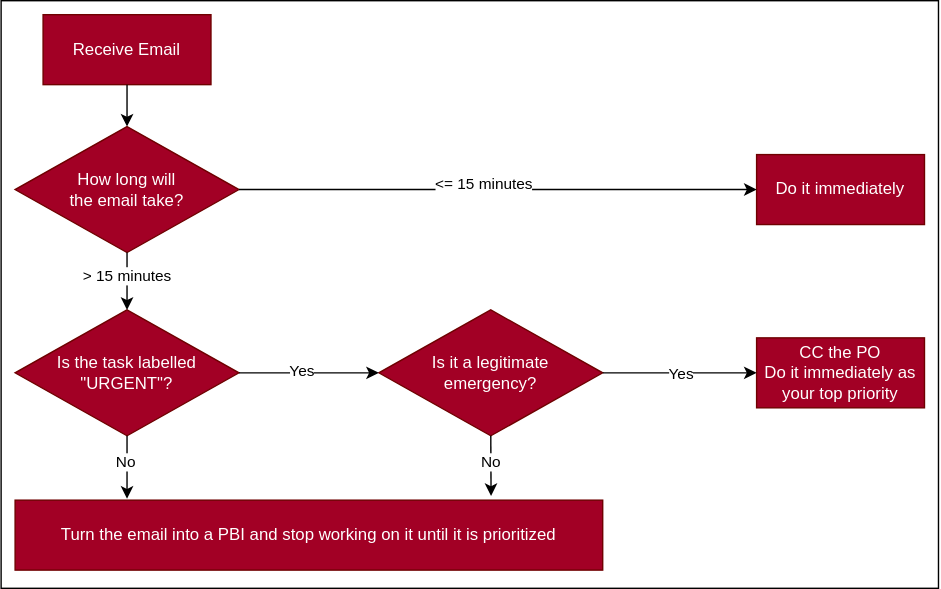
Before: rules/turn-emails-into-pbis/urgent-flowchart.drawio.svg, a diagram exported from draw.io (SSWConsulting/SSW.Rules.Content). Source tidied: cells renumbered, new cells last; positions are measured from the earlier drawing's top-left corner, leaving out a move shared by most shapes.
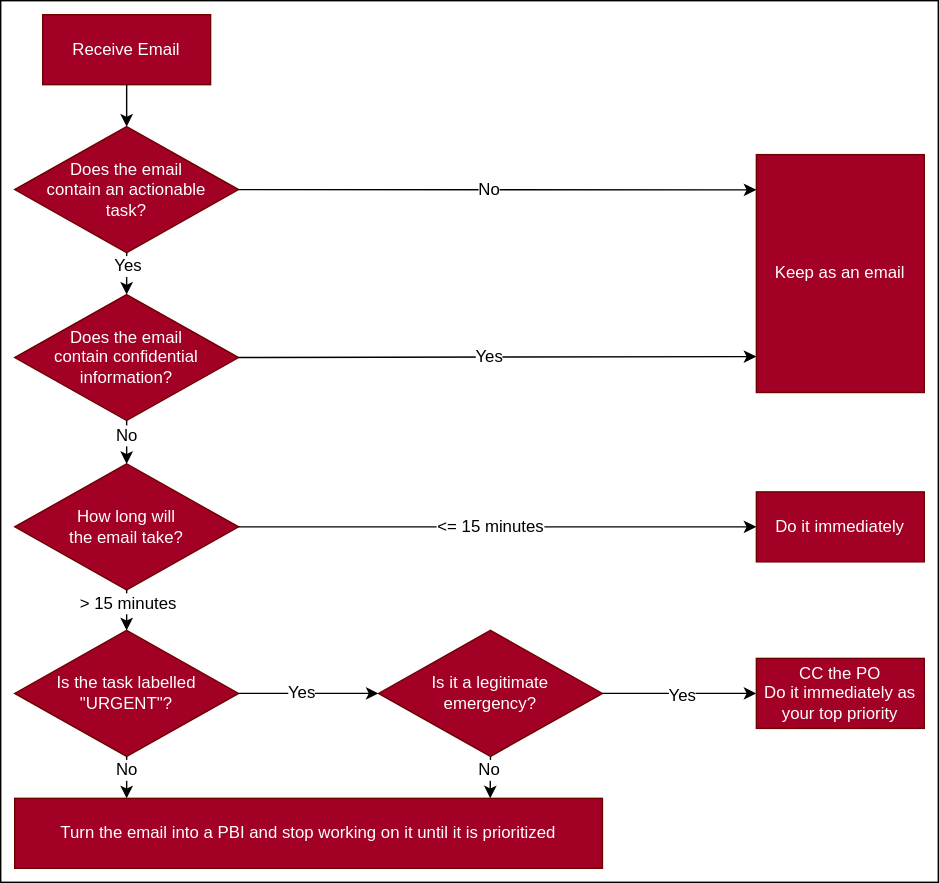
The same file after the commit.

Commit message:
Moves considerations from info box to main narrative.

Change to the diagram source:
```diff
@@ -3,81 +3,122 @@
     <mxCell id="0" />
     <mxCell id="1" parent="0" />
     <mxCell id="2" style="rounded=0;whiteSpace=wrap;html=1;" parent="1" vertex="1">
-      <mxGeometry width="670" height="420" as="geometry" />
+      <mxGeometry width="670" height="630" as="geometry" />
     </mxCell>
     <mxCell id="3" value="Receive Email" style="rounded=0;whiteSpace=wrap;html=1;fillColor=#a20025;fontColor=#ffffff;strokeColor=#6F0000;" parent="1" vertex="1">
       <mxGeometry x="30" y="10" width="120" height="50" as="geometry" />
     </mxCell>
     <mxCell id="4" value="How long will&lt;br&gt;the email take?" style="rhombus;whiteSpace=wrap;html=1;fillColor=#a20025;fontColor=#ffffff;strokeColor=#6F0000;" parent="1" vertex="1">
-      <mxGeometry x="10" y="90" width="160" height="90" as="geometry" />
+      <mxGeometry x="10" y="331" width="160" height="90" as="geometry" />
     </mxCell>
     <mxCell id="5" value="Do it immediately" style="rounded=0;whiteSpace=wrap;html=1;fillColor=#a20025;fontColor=#ffffff;strokeColor=#6F0000;" parent="1" vertex="1">
-      <mxGeometry x="540" y="110" width="120" height="50" as="geometry" />
+      <mxGeometry x="540" y="351" width="120" height="50" as="geometry" />
     </mxCell>
     <mxCell id="6" style="endArrow=classic;html=1;exitX=1;exitY=0.5;exitDx=0;exitDy=0;entryX=0;entryY=0.5;entryDx=0;entryDy=0;" parent="1" edge="1" source="4" target="5">
       <mxGeometry relative="1" as="geometry" />
     </mxCell>
-    <mxCell id="7" value="&amp;lt;= 15 minutes" style="edgeLabel;html=1;align=center;verticalAlign=middle;" parent="6" vertex="1">
+    <mxCell id="7" value="&amp;lt;= 15 minutes" style="edgeLabel;html=1;align=center;verticalAlign=middle;fontSize=12;" parent="6" vertex="1">
       <mxGeometry x="0.31" y="4" relative="1" as="geometry">
-        <mxPoint x="-67" as="offset" />
+        <mxPoint x="-62" y="3" as="offset" />
       </mxGeometry>
     </mxCell>
-    <mxCell id="8" style="endArrow=classic;html=1;exitX=0.5;exitY=1;exitDx=0;exitDy=0;" parent="1" edge="1" source="3" target="4">
+    <mxCell id="8" style="endArrow=classic;html=1;exitX=0.5;exitY=1;exitDx=0;exitDy=0;entryX=0.5;entryY=0;entryDx=0;entryDy=0;" parent="1" edge="1" source="3" target="24">
       <mxGeometry relative="1" as="geometry" />
     </mxCell>
     <mxCell id="9" value="Is the task labelled&lt;br&gt;&quot;URGENT&quot;?" style="rhombus;whiteSpace=wrap;html=1;fillColor=#a20025;fontColor=#ffffff;strokeColor=#6F0000;" parent="1" vertex="1">
-      <mxGeometry x="10" y="221" width="160" height="90" as="geometry" />
+      <mxGeometry x="10" y="450" width="160" height="90" as="geometry" />
     </mxCell>
     <mxCell id="10" style="endArrow=classic;html=1;entryX=0.5;entryY=0;entryDx=0;entryDy=0;exitX=0.5;exitY=1;exitDx=0;exitDy=0;" parent="1" edge="1" source="4" target="9">
       <mxGeometry relative="1" as="geometry" />
     </mxCell>
-    <mxCell id="11" value="&amp;gt; 15 minutes" style="edgeLabel;html=1;align=center;verticalAlign=middle;" parent="10" vertex="1">
+    <mxCell id="11" value="&amp;gt; 15 minutes" style="edgeLabel;html=1;align=center;verticalAlign=middle;fontSize=12;" parent="10" vertex="1">
       <mxGeometry x="0.5" relative="1" as="geometry">
-        <mxPoint y="-14" as="offset" />
+        <mxPoint y="-12" as="offset" />
       </mxGeometry>
     </mxCell>
     <mxCell id="12" value="Is it a legitimate&lt;br&gt;emergency?" style="rhombus;whiteSpace=wrap;html=1;fillColor=#a20025;fontColor=#ffffff;strokeColor=#6F0000;" parent="1" vertex="1">
-      <mxGeometry x="270" y="221" width="160" height="90" as="geometry" />
+      <mxGeometry x="270" y="450" width="160" height="90" as="geometry" />
     </mxCell>
     <mxCell id="13" style="endArrow=classic;html=1;exitX=1;exitY=0.5;exitDx=0;exitDy=0;entryX=0;entryY=0.5;entryDx=0;entryDy=0;" parent="1" edge="1" source="9" target="12">
       <mxGeometry relative="1" as="geometry" />
     </mxCell>
-    <mxCell id="14" value="Yes" style="edgeLabel;html=1;align=center;verticalAlign=middle;" parent="13" vertex="1">
+    <mxCell id="14" value="Yes" style="edgeLabel;html=1;align=center;verticalAlign=middle;fontSize=12;" parent="13" vertex="1">
       <mxGeometry x="-0.55" y="1" relative="1" as="geometry">
         <mxPoint x="22" as="offset" />
       </mxGeometry>
     </mxCell>
     <mxCell id="15" value="CC the PO&lt;br&gt;Do it immediately as your top priority" style="rounded=0;whiteSpace=wrap;html=1;fillColor=#a20025;fontColor=#ffffff;strokeColor=#6F0000;" parent="1" vertex="1">
-      <mxGeometry x="540" y="241" width="120" height="50" as="geometry" />
+      <mxGeometry x="540" y="470" width="120" height="50" as="geometry" />
     </mxCell>
     <mxCell id="16" style="endArrow=classic;html=1;exitX=1;exitY=0.5;exitDx=0;exitDy=0;entryX=0;entryY=0.5;entryDx=0;entryDy=0;" parent="1" edge="1" source="12" target="15">
       <mxGeometry relative="1" as="geometry" />
     </mxCell>
-    <mxCell id="17" value="Yes" style="edgeLabel;html=1;align=center;verticalAlign=middle;" parent="16" vertex="1">
+    <mxCell id="17" value="Yes" style="edgeLabel;html=1;align=center;verticalAlign=middle;fontSize=12;" parent="16" vertex="1">
       <mxGeometry x="0.46" y="-1" relative="1" as="geometry">
         <mxPoint x="-24" as="offset" />
       </mxGeometry>
     </mxCell>
     <mxCell id="18" value="Turn the email into a PBI and stop working on it until it is prioritized" style="rounded=0;whiteSpace=wrap;html=1;fillColor=#a20025;fontColor=#ffffff;strokeColor=#6F0000;" parent="1" vertex="1">
-      <mxGeometry x="10" y="357" width="420" height="50" as="geometry" />
+      <mxGeometry x="10" y="570" width="420" height="50" as="geometry" />
     </mxCell>
     <mxCell id="19" style="endArrow=classic;html=1;exitX=0.5;exitY=1;exitDx=0;exitDy=0;" parent="1" edge="1" source="9">
       <mxGeometry relative="1" as="geometry">
-        <mxPoint x="90" y="356" as="targetPoint" />
+        <mxPoint x="90" y="570" as="targetPoint" />
       </mxGeometry>
     </mxCell>
-    <mxCell id="20" value="No" style="edgeLabel;html=1;align=center;verticalAlign=middle;" parent="19" vertex="1">
+    <mxCell id="20" value="No" style="edgeLabel;html=1;align=center;verticalAlign=middle;fontSize=12;" parent="19" vertex="1">
       <mxGeometry x="0.37" y="-1" relative="1" as="geometry">
-        <mxPoint y="-12" as="offset" />
+        <mxPoint y="-11" as="offset" />
       </mxGeometry>
     </mxCell>
-    <mxCell id="21" style="endArrow=classic;html=1;exitX=0.5;exitY=1;exitDx=0;exitDy=0;entryX=0.81;entryY=-0.06;entryDx=0;entryDy=0;entryPerimeter=0;" parent="1" edge="1" source="12" target="18">
+    <mxCell id="21" style="endArrow=classic;html=1;exitX=0.5;exitY=1;exitDx=0;exitDy=0;entryX=0.809;entryY=-0.001;entryDx=0;entryDy=0;entryPerimeter=0;" parent="1" edge="1" source="12" target="18">
       <mxGeometry relative="1" as="geometry" />
     </mxCell>
-    <mxCell id="22" value="No" style="edgeLabel;html=1;align=center;verticalAlign=middle;" parent="21" vertex="1">
+    <mxCell id="22" value="No" style="edgeLabel;html=1;align=center;verticalAlign=middle;fontSize=12;" parent="21" vertex="1">
       <mxGeometry x="0.42" y="2" relative="1" as="geometry">
         <mxPoint x="-3" y="-12" as="offset" />
       </mxGeometry>
     </mxCell>
+    <mxCell id="23" value="Does the email&lt;br&gt;contain confidential &lt;br&gt;information?" style="rhombus;whiteSpace=wrap;html=1;fillColor=#a20025;fontColor=#ffffff;strokeColor=#6F0000;" parent="1" vertex="1">
+      <mxGeometry x="10" y="210" width="160" height="90" as="geometry" />
+    </mxCell>
+    <mxCell id="24" value="Does the email&lt;br&gt;contain an actionable&lt;br&gt;task?" style="rhombus;whiteSpace=wrap;html=1;fillColor=#a20025;fontColor=#ffffff;strokeColor=#6F0000;" parent="1" vertex="1">
+      <mxGeometry x="10" y="90" width="160" height="90" as="geometry" />
+    </mxCell>
+    <mxCell id="25" style="endArrow=classic;html=1;fontSize=12;exitX=0.5;exitY=1;exitDx=0;exitDy=0;entryX=0.5;entryY=0;entryDx=0;entryDy=0;" parent="1" edge="1" source="24" target="23">
+      <mxGeometry relative="1" as="geometry" />
+    </mxCell>
+    <mxCell id="26" value="Yes" style="edgeLabel;html=1;align=center;verticalAlign=middle;fontSize=12;" parent="25" vertex="1">
+      <mxGeometry x="-0.5" relative="1" as="geometry">
+        <mxPoint y="2" as="offset" />
+      </mxGeometry>
+    </mxCell>
+    <mxCell id="27" style="endArrow=classic;html=1;fontSize=12;exitX=0.5;exitY=1;exitDx=0;exitDy=0;entryX=0.5;entryY=0;entryDx=0;entryDy=0;" parent="1" edge="1" source="23" target="4">
+      <mxGeometry relative="1" as="geometry" />
+    </mxCell>
+    <mxCell id="28" value="No" style="edgeLabel;html=1;align=center;verticalAlign=middle;fontSize=12;" parent="27" vertex="1">
+      <mxGeometry x="-0.45" y="-1" relative="1" as="geometry">
+        <mxPoint y="2" as="offset" />
+      </mxGeometry>
+    </mxCell>
+    <mxCell id="29" value="Keep as an email" style="rounded=0;whiteSpace=wrap;html=1;fillColor=#a20025;fontColor=#ffffff;strokeColor=#6F0000;" parent="1" vertex="1">
+      <mxGeometry x="540" y="110" width="120" height="170" as="geometry" />
+    </mxCell>
+    <mxCell id="30" style="endArrow=classic;html=1;fontSize=12;exitX=1;exitY=0.5;exitDx=0;exitDy=0;entryX=0;entryY=0.849;entryDx=0;entryDy=0;entryPerimeter=0;" parent="1" edge="1" source="23" target="29">
+      <mxGeometry relative="1" as="geometry" />
+    </mxCell>
+    <mxCell id="31" value="Yes" style="edgeLabel;html=1;align=center;verticalAlign=middle;fontSize=12;" parent="30" vertex="1">
+      <mxGeometry x="0.09" y="3" relative="1" as="geometry">
+        <mxPoint x="-23" y="3" as="offset" />
+      </mxGeometry>
+    </mxCell>
+    <mxCell id="32" style="endArrow=classic;html=1;fontSize=12;exitX=1;exitY=0.5;exitDx=0;exitDy=0;entryX=0;entryY=0.148;entryDx=0;entryDy=0;entryPerimeter=0;" parent="1" edge="1" source="24" target="29">
+      <mxGeometry relative="1" as="geometry" />
+    </mxCell>
+    <mxCell id="33" value="No" style="edgeLabel;html=1;align=center;verticalAlign=middle;fontSize=12;" parent="32" vertex="1">
+      <mxGeometry x="-0.27" y="2" relative="1" as="geometry">
+        <mxPoint x="43" y="1" as="offset" />
+      </mxGeometry>
+    </mxCell>
   </root>
 </mxGraphModel>
```
